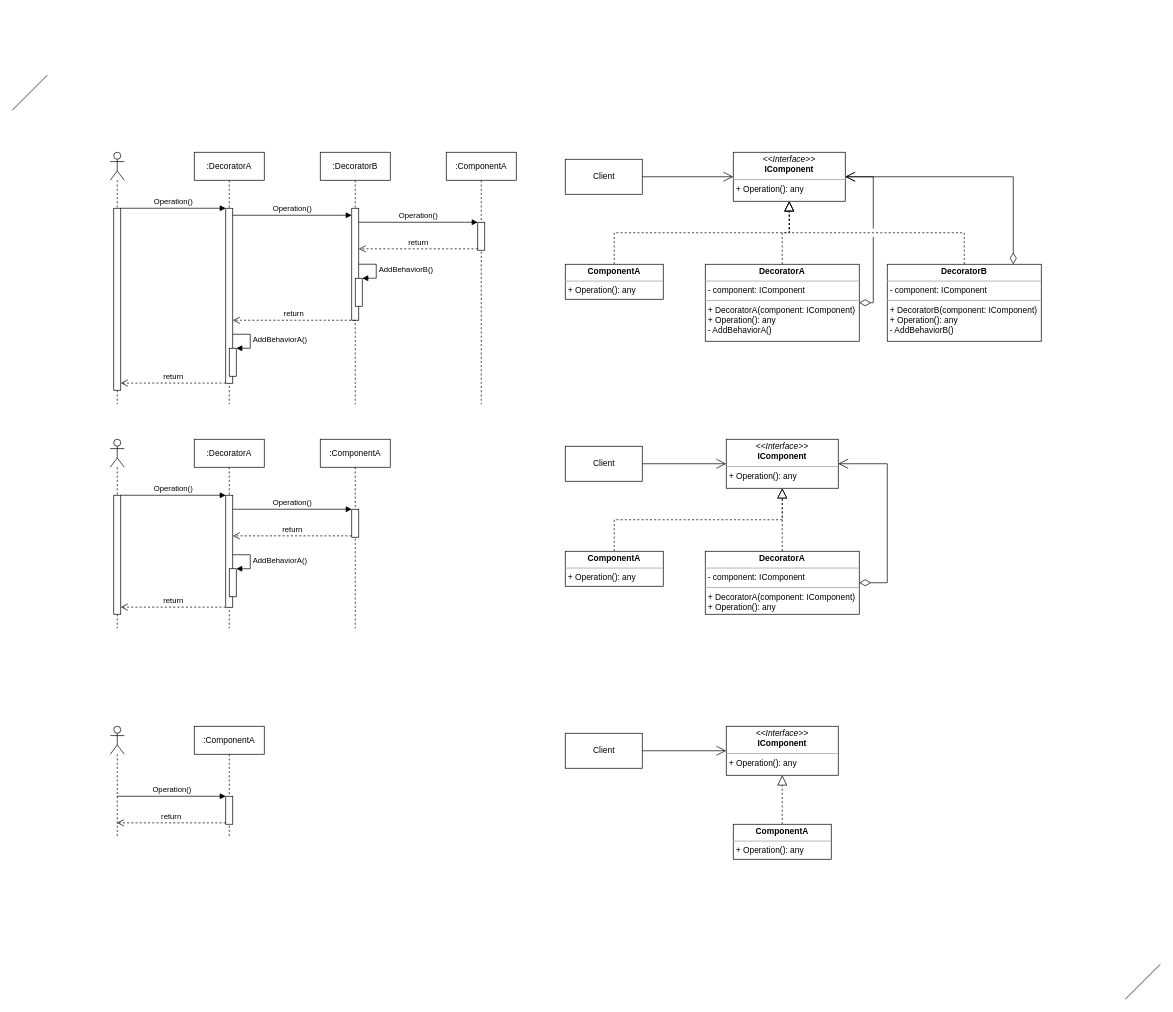
Above: page "Decorator" (1 of 4) of Diagrams/Decorator, Composite, Adapter, Facade.drawio in PacktPublishing/Architecting-ASP.NET-Core-Applications-3E (draw.io), before the change. Source tidied: cells renumbered, new cells numbered last; positions are measured from the earlier drawing's top-left corner, leaving out a move shared by most shapes. Both pictures are drawn from the tidied source at 70%, with x=0, y=0 at pixel (12, 75).
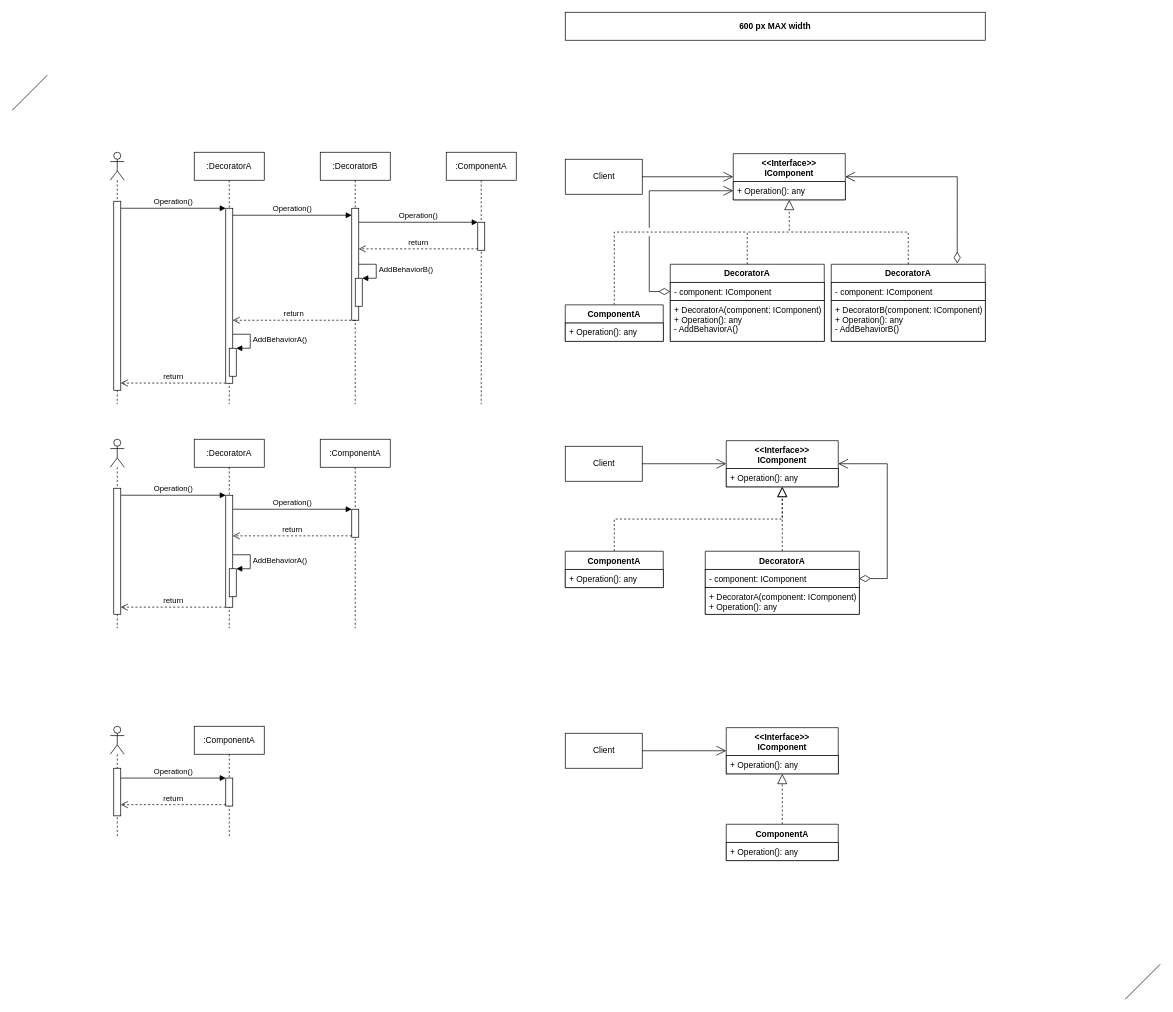
The same diagram, later.

The change refers to these unchanged cells:
```xml
<mxCell id="13" style="shape=umlLifeline;participant=umlActor;perimeter=lifelinePerimeter;whiteSpace=wrap;html=1;verticalAlign=top;spacingTop=36;labelBackgroundColor=#ffffff;outlineConnect=0;" parent="1" vertex="1">
  <mxGeometry x="140" y="930" width="20" height="160" as="geometry" />
</mxCell>
<mxCell id="14" value=":ComponentA" style="shape=umlLifeline;perimeter=lifelinePerimeter;whiteSpace=wrap;html=1;" parent="1" vertex="1">
  <mxGeometry x="260" y="930" width="100" height="160" as="geometry" />
</mxCell>
<mxCell id="39" value="Client" style="html=1;" parent="1" vertex="1">
  <mxGeometry x="790" y="530" width="110" height="50" as="geometry" />
</mxCell>
<mxCell id="42" value="Client" style="html=1;" parent="1" vertex="1">
  <mxGeometry x="790" y="120" width="110" height="50" as="geometry" />
</mxCell>
<mxCell id="47" value="Client" style="html=1;" parent="1" vertex="1">
  <mxGeometry x="790" y="940" width="110" height="50" as="geometry" />
</mxCell>
```

What changed in the source:
```diff
@@
+    <mxCell id="63" style="html=1;points=[];perimeter=orthogonalPerimeter;" parent="13" vertex="1">
+      <mxGeometry x="5" y="60" width="10" height="68" as="geometry" />
+    </mxCell>
@@
     <mxCell id="15" style="html=1;points=[];perimeter=orthogonalPerimeter;" parent="14" vertex="1">
-      <mxGeometry x="45" y="100" width="10" height="40" as="geometry" />
+      <mxGeometry x="45" y="74" width="10" height="40" as="geometry" />
     </mxCell>
-    <mxCell id="16" value="Operation()" style="html=1;verticalAlign=bottom;endArrow=block;entryX=0;entryY=0;" parent="1" edge="1" source="13" target="15">
+    <mxCell id="16" value="Operation()" style="html=1;verticalAlign=bottom;endArrow=block;entryX=0;entryY=0;" parent="1" edge="1" source="63" target="15">
       <mxGeometry relative="1" as="geometry" />
     </mxCell>
-    <mxCell id="17" value="return" style="html=1;verticalAlign=bottom;endArrow=open;dashed=1;endSize=8;exitX=0;exitY=0.95;" parent="1" edge="1" source="15" target="13">
+    <mxCell id="17" value="return" style="html=1;verticalAlign=bottom;endArrow=open;dashed=1;endSize=8;exitX=0;exitY=0.95;" parent="1" edge="1" source="15" target="63">
       <mxGeometry relative="1" as="geometry" />
     </mxCell>
-    <mxCell id="18" value="&lt;p style=&quot;margin: 0px ; margin-top: 4px ; text-align: center&quot;&gt;&lt;i&gt;&amp;lt;&amp;lt;Interface&amp;gt;&amp;gt;&lt;/i&gt;&lt;br&gt;&lt;b&gt;IComponent&lt;/b&gt;&lt;/p&gt;&lt;hr size=&quot;1&quot;&gt;&lt;p style=&quot;margin: 0px ; margin-left: 4px&quot;&gt;&lt;/p&gt;&lt;p style=&quot;margin: 0px ; margin-left: 4px&quot;&gt;+ Operation(): any&lt;br&gt;&lt;/p&gt;" style="verticalAlign=top;align=left;overflow=fill;fontSize=12;fontFamily=Helvetica;html=1;" parent="1" vertex="1">
-      <mxGeometry x="1030" y="110" width="160" height="70" as="geometry" />
-    </mxCell>
@@
     <mxCell id="24" style="html=1;points=[];perimeter=orthogonalPerimeter;" parent="1" vertex="1">
-      <mxGeometry x="145" y="190" width="10" height="260" as="geometry" />
+      <mxGeometry x="145" y="180" width="10" height="270" as="geometry" />
     </mxCell>
@@
-    <mxCell id="26" style="endArrow=block;dashed=1;endFill=0;endSize=12;html=1;edgeStyle=elbowEdgeStyle;elbow=vertical;rounded=0;" parent="1" edge="1" source="27" target="18">
-      <mxGeometry relative="1" as="geometry" />
+    <mxCell id="26" style="endArrow=none;dashed=1;endFill=0;endSize=12;html=1;edgeStyle=elbowEdgeStyle;elbow=vertical;rounded=0;" parent="1" edge="1" source="75">
+      <mxGeometry relative="1" as="geometry">
+        <mxPoint x="1050" y="224" as="targetPoint" />
+        <Array as="points">
+          <mxPoint x="985" y="224" />
+        </Array>
+      </mxGeometry>
     </mxCell>
-    <mxCell id="27" value="&lt;p style=&quot;margin: 0px ; margin-top: 4px ; text-align: center&quot;&gt;&lt;b&gt;ComponentA&lt;/b&gt;&lt;/p&gt;&lt;hr size=&quot;1&quot;&gt;&lt;p style=&quot;margin: 0px ; margin-left: 4px&quot;&gt;&lt;/p&gt;&lt;p style=&quot;margin: 0px ; margin-left: 4px&quot;&gt;+ Operation(): any&lt;/p&gt;" style="verticalAlign=top;align=left;overflow=fill;fontSize=12;fontFamily=Helvetica;html=1;" parent="1" vertex="1">
-      <mxGeometry x="790" y="270" width="140" height="50" as="geometry" />
-    </mxCell>
-    <mxCell id="28" value="&lt;p style=&quot;margin: 0px ; margin-top: 4px ; text-align: center&quot;&gt;&lt;b&gt;DecoratorA&lt;/b&gt;&lt;/p&gt;&lt;hr size=&quot;1&quot;&gt;&lt;p style=&quot;margin: 0px ; margin-left: 4px&quot;&gt;- component: IComponent&lt;/p&gt;&lt;hr size=&quot;1&quot;&gt;&lt;p style=&quot;margin: 0px ; margin-left: 4px&quot;&gt;+ DecoratorA(component: IComponent)&lt;/p&gt;&lt;p style=&quot;margin: 0px ; margin-left: 4px&quot;&gt;+ Operation(): any&lt;/p&gt;&lt;p style=&quot;margin: 0px ; margin-left: 4px&quot;&gt;- AddBehaviorA()&lt;/p&gt;" style="verticalAlign=top;align=left;overflow=fill;fontSize=12;fontFamily=Helvetica;html=1;" parent="1" vertex="1">
-      <mxGeometry x="990" y="270" width="220" height="110" as="geometry" />
-    </mxCell>
-    <mxCell id="29" value="&lt;p style=&quot;margin: 0px ; margin-top: 4px ; text-align: center&quot;&gt;&lt;b&gt;DecoratorB&lt;/b&gt;&lt;/p&gt;&lt;hr size=&quot;1&quot;&gt;&lt;p style=&quot;margin: 0px ; margin-left: 4px&quot;&gt;- component: IComponent&lt;/p&gt;&lt;hr size=&quot;1&quot;&gt;&lt;p style=&quot;margin: 0px ; margin-left: 4px&quot;&gt;+ DecoratorB(component: IComponent)&lt;br&gt;&lt;/p&gt;&lt;p style=&quot;margin: 0px ; margin-left: 4px&quot;&gt;+ Operation(): any&lt;/p&gt;&lt;p style=&quot;margin: 0px ; margin-left: 4px&quot;&gt;- AddBehaviorB()&lt;/p&gt;" style="verticalAlign=top;align=left;overflow=fill;fontSize=12;fontFamily=Helvetica;html=1;" parent="1" vertex="1">
-      <mxGeometry x="1250" y="270" width="220" height="110" as="geometry" />
-    </mxCell>
-    <mxCell id="30" style="endArrow=block;dashed=1;endFill=0;endSize=12;html=1;edgeStyle=elbowEdgeStyle;elbow=vertical;rounded=0;" parent="1" edge="1" source="28" target="18">
+    <mxCell id="30" style="endArrow=block;dashed=1;endFill=0;endSize=12;html=1;edgeStyle=elbowEdgeStyle;elbow=vertical;rounded=0;" parent="1" edge="1" source="79" target="77">
       <mxGeometry relative="1" as="geometry" />
     </mxCell>
-    <mxCell id="31" style="endArrow=block;dashed=1;endFill=0;endSize=12;html=1;edgeStyle=elbowEdgeStyle;elbow=vertical;rounded=0;" parent="1" edge="1" source="29" target="18">
-      <mxGeometry relative="1" as="geometry" />
+    <mxCell id="31" style="endArrow=none;dashed=1;endFill=0;endSize=12;html=1;edgeStyle=elbowEdgeStyle;elbow=vertical;rounded=0;" parent="1" edge="1" source="82">
+      <mxGeometry relative="1" as="geometry">
+        <mxPoint x="1110" y="224" as="targetPoint" />
+        <Array as="points">
+          <mxPoint x="1140" y="224" />
+        </Array>
+      </mxGeometry>
     </mxCell>
-    <mxCell id="32" style="endArrow=open;endFill=1;endSize=12;html=1;edgeStyle=elbowEdgeStyle;rounded=0;jumpStyle=gap;jumpSize=12;startSize=14;startArrow=diamondThin;startFill=0;" parent="1" edge="1" source="28" target="18">
+    <mxCell id="32" style="endArrow=open;endFill=1;endSize=12;html=1;edgeStyle=elbowEdgeStyle;rounded=0;jumpStyle=gap;jumpSize=12;startSize=14;startArrow=diamondThin;startFill=0;entryX=0;entryY=0.5;entryDx=0;entryDy=0;" parent="1" edge="1" source="80" target="78">
       <mxGeometry relative="1" as="geometry">
         <Array as="points">
-          <mxPoint x="1230" y="199" />
+          <mxPoint x="910" y="250" />
+          <mxPoint x="940" y="180" />
+          <mxPoint x="930" y="270" />
+          <mxPoint x="1210" y="230" />
         </Array>
       </mxGeometry>
     </mxCell>
-    <mxCell id="33" style="endArrow=open;endFill=1;endSize=12;html=1;edgeStyle=elbowEdgeStyle;rounded=0;jumpStyle=gap;jumpSize=12;startArrow=diamondThin;startFill=0;startSize=14;" parent="1" edge="1" source="29" target="18">
+    <mxCell id="33" style="endArrow=open;endFill=1;endSize=12;html=1;edgeStyle=elbowEdgeStyle;rounded=0;jumpStyle=gap;jumpSize=12;startArrow=diamondThin;startFill=0;startSize=14;exitX=0.818;exitY=-0.01;exitDx=0;exitDy=0;exitPerimeter=0;" parent="1" edge="1" source="82" target="77">
       <mxGeometry relative="1" as="geometry">
         <Array as="points">
+          <mxPoint x="1350" y="210" />
+          <mxPoint x="1400" y="190" />
           <mxPoint x="1430" y="210" />
           <mxPoint x="1410" y="250" />
         </Array>
       </mxGeometry>
     </mxCell>
-    <mxCell id="34" value="&lt;p style=&quot;margin: 0px ; margin-top: 4px ; text-align: center&quot;&gt;&lt;i&gt;&amp;lt;&amp;lt;Interface&amp;gt;&amp;gt;&lt;/i&gt;&lt;br&gt;&lt;b&gt;IComponent&lt;/b&gt;&lt;/p&gt;&lt;hr size=&quot;1&quot;&gt;&lt;p style=&quot;margin: 0px ; margin-left: 4px&quot;&gt;&lt;/p&gt;&lt;p style=&quot;margin: 0px ; margin-left: 4px&quot;&gt;+ Operation(): any&lt;br&gt;&lt;/p&gt;" style="verticalAlign=top;align=left;overflow=fill;fontSize=12;fontFamily=Helvetica;html=1;" parent="1" vertex="1">
-      <mxGeometry x="1020" y="520" width="160" height="70" as="geometry" />
-    </mxCell>
-    <mxCell id="35" style="endArrow=block;dashed=1;endFill=0;endSize=12;html=1;edgeStyle=elbowEdgeStyle;elbow=vertical;rounded=0;" parent="1" edge="1" source="36" target="34">
+    <mxCell id="35" style="endArrow=block;dashed=1;endFill=0;endSize=12;html=1;edgeStyle=elbowEdgeStyle;elbow=vertical;rounded=0;" parent="1" edge="1" source="68" target="70">
       <mxGeometry relative="1" as="geometry" />
     </mxCell>
-    <mxCell id="36" value="&lt;p style=&quot;margin: 0px ; margin-top: 4px ; text-align: center&quot;&gt;&lt;b&gt;ComponentA&lt;/b&gt;&lt;/p&gt;&lt;hr size=&quot;1&quot;&gt;&lt;p style=&quot;margin: 0px ; margin-left: 4px&quot;&gt;&lt;/p&gt;&lt;p style=&quot;margin: 0px ; margin-left: 4px&quot;&gt;+ Operation(): any&lt;/p&gt;" style="verticalAlign=top;align=left;overflow=fill;fontSize=12;fontFamily=Helvetica;html=1;" parent="1" vertex="1">
-      <mxGeometry x="790" y="680" width="140" height="50" as="geometry" />
-    </mxCell>
-    <mxCell id="37" value="&lt;p style=&quot;margin: 0px ; margin-top: 4px ; text-align: center&quot;&gt;&lt;b&gt;DecoratorA&lt;/b&gt;&lt;/p&gt;&lt;hr size=&quot;1&quot;&gt;&lt;p style=&quot;margin: 0px ; margin-left: 4px&quot;&gt;- component: IComponent&lt;/p&gt;&lt;hr size=&quot;1&quot;&gt;&lt;p style=&quot;margin: 0px ; margin-left: 4px&quot;&gt;+ DecoratorA(component: IComponent)&lt;/p&gt;&lt;p style=&quot;margin: 0px ; margin-left: 4px&quot;&gt;+ Operation(): any&lt;/p&gt;" style="verticalAlign=top;align=left;overflow=fill;fontSize=12;fontFamily=Helvetica;html=1;" parent="1" vertex="1">
-      <mxGeometry x="990" y="680" width="220" height="90" as="geometry" />
-    </mxCell>
-    <mxCell id="38" style="endArrow=block;dashed=1;endFill=0;endSize=12;html=1;edgeStyle=elbowEdgeStyle;elbow=vertical;rounded=0;" parent="1" edge="1" source="37" target="34">
+    <mxCell id="38" style="endArrow=block;dashed=1;endFill=0;endSize=12;html=1;edgeStyle=elbowEdgeStyle;elbow=vertical;rounded=0;" parent="1" edge="1" source="72" target="70">
       <mxGeometry relative="1" as="geometry" />
     </mxCell>
@@
-    <mxCell id="40" style="endArrow=open;html=1;endSize=12;startArrow=diamondThin;startSize=14;startFill=0;edgeStyle=orthogonalEdgeStyle;align=left;verticalAlign=bottom;rounded=0;" parent="1" edge="1" source="37" target="34">
+    <mxCell id="40" style="endArrow=open;html=1;endSize=12;startArrow=diamondThin;startSize=14;startFill=0;edgeStyle=orthogonalEdgeStyle;align=left;verticalAlign=bottom;rounded=0;exitX=1;exitY=0.5;exitDx=0;exitDy=0;" parent="1" edge="1" source="73" target="70">
       <mxGeometry x="-0.67" y="25" relative="1" as="geometry">
         <Array as="points">
-          <mxPoint x="1250" y="725" />
+          <mxPoint x="1250" y="719" />
           <mxPoint x="1250" y="555" />
         </Array>
         <mxPoint x="45" y="-15" as="offset" />
       </mxGeometry>
     </mxCell>
-    <mxCell id="41" style="endArrow=open;html=1;endSize=12;startArrow=none;startSize=14;startFill=0;align=left;verticalAlign=bottom;" parent="1" edge="1" source="39" target="34">
+    <mxCell id="41" style="endArrow=open;html=1;endSize=12;startArrow=none;startSize=14;startFill=0;align=left;verticalAlign=bottom;" parent="1" edge="1" source="39" target="70">
       <mxGeometry x="-0.35" y="16" relative="1" as="geometry" />
     </mxCell>
@@
-    <mxCell id="43" style="endArrow=open;html=1;endSize=12;startArrow=none;startSize=14;startFill=0;align=left;verticalAlign=bottom;" parent="1" edge="1" source="42" target="18">
+    <mxCell id="43" style="endArrow=open;html=1;endSize=12;startArrow=none;startSize=14;startFill=0;align=left;verticalAlign=bottom;" parent="1" edge="1" source="42" target="77">
       <mxGeometry x="-0.35" y="16" relative="1" as="geometry" />
     </mxCell>
-    <mxCell id="44" value="&lt;p style=&quot;margin: 0px ; margin-top: 4px ; text-align: center&quot;&gt;&lt;i&gt;&amp;lt;&amp;lt;Interface&amp;gt;&amp;gt;&lt;/i&gt;&lt;br&gt;&lt;b&gt;IComponent&lt;/b&gt;&lt;/p&gt;&lt;hr size=&quot;1&quot;&gt;&lt;p style=&quot;margin: 0px ; margin-left: 4px&quot;&gt;&lt;/p&gt;&lt;p style=&quot;margin: 0px ; margin-left: 4px&quot;&gt;+ Operation(): any&lt;br&gt;&lt;/p&gt;" style="verticalAlign=top;align=left;overflow=fill;fontSize=12;fontFamily=Helvetica;html=1;" parent="1" vertex="1">
-      <mxGeometry x="1020" y="930" width="160" height="70" as="geometry" />
-    </mxCell>
-    <mxCell id="45" style="endArrow=block;dashed=1;endFill=0;endSize=12;html=1;edgeStyle=elbowEdgeStyle;elbow=vertical;rounded=0;" parent="1" edge="1" source="46" target="44">
+    <mxCell id="45" style="endArrow=block;dashed=1;endFill=0;endSize=12;html=1;edgeStyle=elbowEdgeStyle;elbow=vertical;rounded=0;" parent="1" edge="1" source="64" target="66">
       <mxGeometry relative="1" as="geometry" />
     </mxCell>
-    <mxCell id="46" value="&lt;p style=&quot;margin: 0px ; margin-top: 4px ; text-align: center&quot;&gt;&lt;b&gt;ComponentA&lt;/b&gt;&lt;/p&gt;&lt;hr size=&quot;1&quot;&gt;&lt;p style=&quot;margin: 0px ; margin-left: 4px&quot;&gt;&lt;/p&gt;&lt;p style=&quot;margin: 0px ; margin-left: 4px&quot;&gt;+ Operation(): any&lt;/p&gt;" style="verticalAlign=top;align=left;overflow=fill;fontSize=12;fontFamily=Helvetica;html=1;" parent="1" vertex="1">
-      <mxGeometry x="1030" y="1070" width="140" height="50" as="geometry" />
-    </mxCell>
@@
-    <mxCell id="48" style="endArrow=open;html=1;endSize=12;startArrow=none;startSize=14;startFill=0;align=left;verticalAlign=bottom;" parent="1" edge="1" source="47" target="44">
+    <mxCell id="48" style="endArrow=open;html=1;endSize=12;startArrow=none;startSize=14;startFill=0;align=left;verticalAlign=bottom;" parent="1" edge="1" source="47" target="66">
       <mxGeometry x="-0.35" y="16" relative="1" as="geometry" />
     </mxCell>
@@
     <mxCell id="60" style="html=1;points=[];perimeter=orthogonalPerimeter;" parent="1" vertex="1">
-      <mxGeometry x="145" y="600" width="10" height="170" as="geometry" />
+      <mxGeometry x="145" y="590" width="10" height="180" as="geometry" />
     </mxCell>
@@
+    <mxCell id="64" value="ComponentA" style="swimlane;fontStyle=1;align=center;verticalAlign=top;horizontal=1;startSize=26;" parent="1" vertex="1">
+      <mxGeometry x="1020" y="1070" width="160" height="52" as="geometry" />
+    </mxCell>
+    <mxCell id="65" value="+ Operation(): any" style="text;strokeColor=default;fillColor=default;align=left;verticalAlign=top;spacingLeft=4;spacingRight=4;overflow=hidden;" parent="64" vertex="1">
+      <mxGeometry y="26" width="160" height="26" as="geometry" />
+    </mxCell>
+    <mxCell id="66" value="&lt;&lt;Interface&gt;&gt;&#10;IComponent" style="swimlane;fontStyle=1;align=center;verticalAlign=top;horizontal=1;startSize=40;" parent="1" vertex="1">
+      <mxGeometry x="1020" y="932" width="160" height="66" as="geometry" />
+    </mxCell>
+    <mxCell id="67" value="+ Operation(): any" style="text;strokeColor=default;fillColor=default;align=left;verticalAlign=top;spacingLeft=4;spacingRight=4;overflow=hidden;" parent="66" vertex="1">
+      <mxGeometry y="40" width="160" height="26" as="geometry" />
+    </mxCell>
+    <mxCell id="68" value="ComponentA" style="swimlane;fontStyle=1;align=center;verticalAlign=top;horizontal=1;startSize=26;" parent="1" vertex="1">
+      <mxGeometry x="790" y="680" width="140" height="52" as="geometry" />
+    </mxCell>
+    <mxCell id="69" value="+ Operation(): any" style="text;strokeColor=default;fillColor=default;align=left;verticalAlign=top;spacingLeft=4;spacingRight=4;overflow=hidden;" parent="68" vertex="1">
+      <mxGeometry y="26" width="140" height="26" as="geometry" />
+    </mxCell>
+    <mxCell id="70" value="&lt;&lt;Interface&gt;&gt;&#10;IComponent" style="swimlane;fontStyle=1;align=center;verticalAlign=top;horizontal=1;startSize=40;" parent="1" vertex="1">
+      <mxGeometry x="1020" y="522" width="160" height="66" as="geometry" />
+    </mxCell>
+    <mxCell id="71" value="+ Operation(): any" style="text;strokeColor=default;fillColor=default;align=left;verticalAlign=top;spacingLeft=4;spacingRight=4;overflow=hidden;" parent="70" vertex="1">
+      <mxGeometry y="40" width="160" height="26" as="geometry" />
+    </mxCell>
+    <mxCell id="72" value="DecoratorA" style="swimlane;fontStyle=1;align=center;verticalAlign=top;horizontal=1;startSize=26;" parent="1" vertex="1">
+      <mxGeometry x="990" y="680" width="220" height="90" as="geometry" />
+    </mxCell>
+    <mxCell id="73" value="- component: IComponent" style="text;strokeColor=default;fillColor=default;align=left;verticalAlign=top;spacingLeft=4;spacingRight=4;overflow=hidden;points=[[0,0.5],[1,0.5]];portConstraint=eastwest;" parent="72" vertex="1">
+      <mxGeometry y="26" width="220" height="26" as="geometry" />
+    </mxCell>
+    <mxCell id="74" value="+ DecoratorA(component: IComponent)&#10;+ Operation(): any" style="text;strokeColor=default;fillColor=default;align=left;verticalAlign=top;spacingLeft=4;spacingRight=4;overflow=hidden;" parent="72" vertex="1">
+      <mxGeometry y="52" width="220" height="38" as="geometry" />
+    </mxCell>
+    <mxCell id="75" value="ComponentA" style="swimlane;fontStyle=1;align=center;verticalAlign=top;horizontal=1;startSize=26;" parent="1" vertex="1">
+      <mxGeometry x="790" y="328" width="140" height="52" as="geometry" />
+    </mxCell>
+    <mxCell id="76" value="+ Operation(): any" style="text;strokeColor=default;fillColor=default;align=left;verticalAlign=top;spacingLeft=4;spacingRight=4;overflow=hidden;" parent="75" vertex="1">
+      <mxGeometry y="26" width="140" height="26" as="geometry" />
+    </mxCell>
+    <mxCell id="77" value="&lt;&lt;Interface&gt;&gt;&#10;IComponent" style="swimlane;fontStyle=1;align=center;verticalAlign=top;horizontal=1;startSize=40;" parent="1" vertex="1">
+      <mxGeometry x="1030" y="112" width="160" height="66" as="geometry" />
+    </mxCell>
+    <mxCell id="78" value="+ Operation(): any" style="text;strokeColor=default;fillColor=default;align=left;verticalAlign=top;spacingLeft=4;spacingRight=4;overflow=hidden;points=[[0,0.5],[1,0.5]];portConstraint=eastwest;" parent="77" vertex="1">
+      <mxGeometry y="40" width="160" height="26" as="geometry" />
+    </mxCell>
+    <mxCell id="79" value="DecoratorA" style="swimlane;fontStyle=1;align=center;verticalAlign=top;horizontal=1;startSize=26;" parent="1" vertex="1">
+      <mxGeometry x="940" y="270" width="220" height="110" as="geometry" />
+    </mxCell>
+    <mxCell id="80" value="- component: IComponent" style="text;strokeColor=default;fillColor=default;align=left;verticalAlign=top;spacingLeft=4;spacingRight=4;overflow=hidden;points=[[0,0.5],[1,0.5]];portConstraint=eastwest;" parent="79" vertex="1">
+      <mxGeometry y="26" width="220" height="26" as="geometry" />
+    </mxCell>
+    <mxCell id="81" value="+ DecoratorA(component: IComponent)&#10;+ Operation(): any&#10;- AddBehaviorA()" style="text;strokeColor=default;fillColor=default;align=left;verticalAlign=top;spacingLeft=4;spacingRight=4;overflow=hidden;" parent="79" vertex="1">
+      <mxGeometry y="52" width="220" height="58" as="geometry" />
+    </mxCell>
+    <mxCell id="82" value="DecoratorA" style="swimlane;fontStyle=1;align=center;verticalAlign=top;horizontal=1;startSize=26;" parent="1" vertex="1">
+      <mxGeometry x="1170" y="270" width="220" height="110" as="geometry" />
+    </mxCell>
+    <mxCell id="83" value="- component: IComponent" style="text;strokeColor=default;fillColor=default;align=left;verticalAlign=top;spacingLeft=4;spacingRight=4;overflow=hidden;" parent="82" vertex="1">
+      <mxGeometry y="26" width="220" height="26" as="geometry" />
+    </mxCell>
+    <mxCell id="84" value="+ DecoratorB(component: IComponent)&#10;+ Operation(): any&#10;- AddBehaviorB()" style="text;strokeColor=default;fillColor=default;align=left;verticalAlign=top;spacingLeft=4;spacingRight=4;overflow=hidden;" parent="82" vertex="1">
+      <mxGeometry y="52" width="220" height="58" as="geometry" />
+    </mxCell>
+    <mxCell id="85" value="600 px MAX width" style="rounded=0;whiteSpace=wrap;html=1;sketch=0;fontSize=12;align=center;fontStyle=1;" parent="1" vertex="1">
+      <mxGeometry x="790" y="-90" width="600" height="40" as="geometry" />
+    </mxCell>
```
